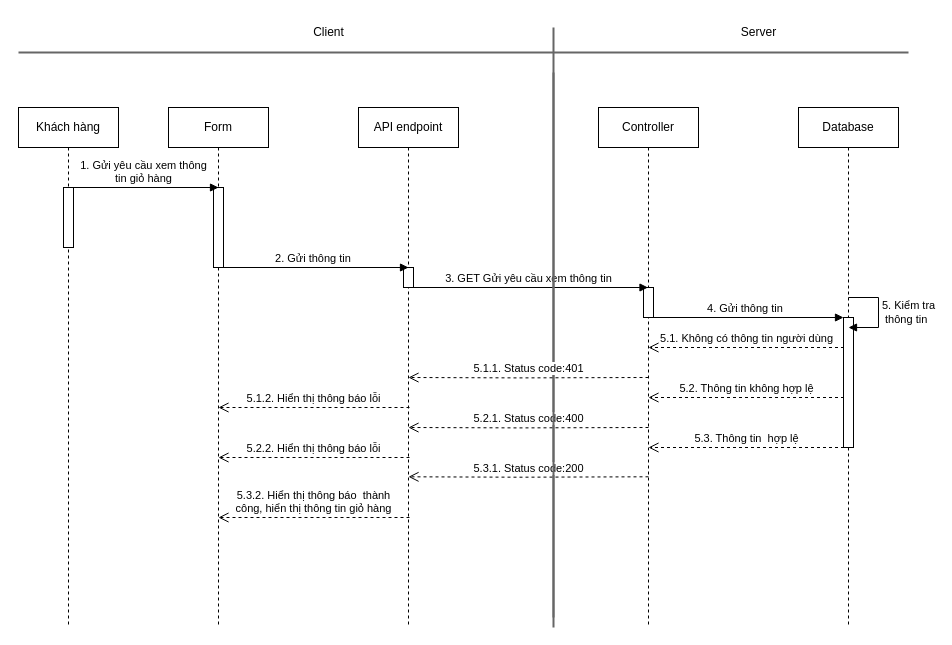
The draw.io diagram page "Page-4" (4 of 4) of SD/SD_QUANLYGIOHANG.drawio in hieuNV0871/da, before the edit. Source tidied: cells renumbered, new cells numbered last; positions are measured from the earlier drawing's top-left corner, leaving out a move shared by most shapes. Both pictures are drawn from the tidied source at 100%, with x=0, y=0 at pixel (18, 17).
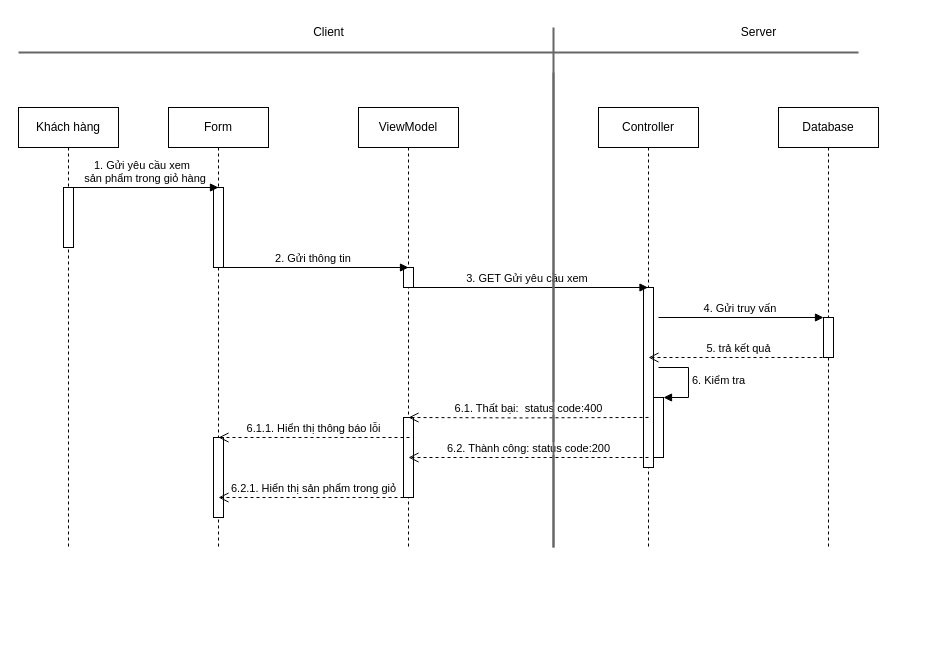
The same diagram, later.

The edit, as a diff of the source:
```diff
@@
     <mxCell id="2" value="Khách hàng" style="shape=umlLifeline;perimeter=lifelinePerimeter;whiteSpace=wrap;html=1;newEdgeStyle={&quot;curved&quot;:0,&quot;rounded&quot;:0};" parent="1" vertex="1">
-      <mxGeometry y="90" width="100" height="520" as="geometry" />
+      <mxGeometry y="90" width="100" height="440" as="geometry" />
     </mxCell>
@@
     <mxCell id="4" value="Form" style="shape=umlLifeline;perimeter=lifelinePerimeter;whiteSpace=wrap;html=1;newEdgeStyle={&quot;curved&quot;:0,&quot;rounded&quot;:0};" parent="1" vertex="1">
-      <mxGeometry x="150" y="90" width="100" height="520" as="geometry" />
+      <mxGeometry x="150" y="90" width="100" height="440" as="geometry" />
     </mxCell>
@@
+    <mxCell id="31" style="html=1;perimeter=orthogonalPerimeter;targetShapes=umlLifeline;newEdgeStyle={&quot;curved&quot;:0,&quot;rounded&quot;:0};" parent="4" vertex="1">
+      <mxGeometry x="45" y="330" width="10" height="80" as="geometry" />
+    </mxCell>
     <mxCell id="6" value="Controller" style="shape=umlLifeline;perimeter=lifelinePerimeter;whiteSpace=wrap;html=1;outlineConnect=0;portConstraint=eastwest;newEdgeStyle={&quot;curved&quot;:0,&quot;rounded&quot;:0};" parent="1" vertex="1">
-      <mxGeometry x="580" y="90" width="100" height="520" as="geometry" />
+      <mxGeometry x="580" y="90" width="100" height="440" as="geometry" />
     </mxCell>
-    <mxCell id="7" style="html=1;perimeter=orthogonalPerimeter;targetShapes=umlLifeline;newEdgeStyle={&quot;curved&quot;:0,&quot;rounded&quot;:0};" parent="6" vertex="1">
-      <mxGeometry x="45" y="180" width="10" height="30" as="geometry" />
-    </mxCell>
-    <mxCell id="8" value="1. Gửi yêu cầu xem thông&lt;br&gt;tin giỏ hàng" style="html=1;verticalAlign=bottom;endArrow=block;curved=0;rounded=0;" parent="1" edge="1">
-      <mxGeometry relative="1" as="geometry">
-        <mxPoint x="50" y="170" as="sourcePoint" />
-        <mxPoint x="200" y="170" as="targetPoint" />
-      </mxGeometry>
-    </mxCell>
-    <mxCell id="9" value="3. GET Gửi yêu cầu xem thông tin" style="html=1;verticalAlign=bottom;endArrow=block;curved=0;rounded=0;" parent="1" edge="1" target="6">
-      <mxGeometry relative="1" as="geometry">
-        <mxPoint x="390" y="270" as="sourcePoint" />
-      </mxGeometry>
-    </mxCell>
+    <mxCell id="32" style="html=1;points=[[0,0,0,0,5],[0,1,0,0,-5],[1,0,0,0,5],[1,1,0,0,-5]];perimeter=orthogonalPerimeter;outlineConnect=0;targetShapes=umlLifeline;portConstraint=eastwest;newEdgeStyle={&quot;curved&quot;:0,&quot;rounded&quot;:0};" parent="6" vertex="1">
+      <mxGeometry x="45" y="180" width="10" height="180" as="geometry" />
+    </mxCell>
+    <mxCell id="33" style="html=1;points=[[0,0,0,0,5],[0,1,0,0,-5],[1,0,0,0,5],[1,1,0,0,-5]];perimeter=orthogonalPerimeter;outlineConnect=0;targetShapes=umlLifeline;portConstraint=eastwest;newEdgeStyle={&quot;curved&quot;:0,&quot;rounded&quot;:0};" parent="6" vertex="1">
+      <mxGeometry x="55" y="290" width="10" height="60" as="geometry" />
+    </mxCell>
+    <mxCell id="34" value="6. Kiểm tra" style="html=1;align=left;spacingLeft=2;endArrow=block;rounded=0;edgeStyle=orthogonalEdgeStyle;curved=0;rounded=0;" parent="6" edge="1" target="33">
+      <mxGeometry relative="1" as="geometry">
+        <mxPoint x="60" y="260" as="sourcePoint" />
+        <Array as="points">
+          <mxPoint x="90" y="290" />
+        </Array>
+      </mxGeometry>
+    </mxCell>
+    <mxCell id="35" value="1. Gửi yêu cầu xem&amp;nbsp;&lt;br&gt;&amp;nbsp;sản phẩm trong giỏ hàng" style="html=1;verticalAlign=bottom;endArrow=block;curved=0;rounded=0;" parent="1" edge="1">
+      <mxGeometry relative="1" as="geometry">
+        <mxPoint x="50" y="170" as="sourcePoint" />
+        <mxPoint x="200" y="170" as="targetPoint" />
+      </mxGeometry>
+    </mxCell>
+    <mxCell id="36" value="3. GET Gửi yêu cầu xem&amp;nbsp;" style="html=1;verticalAlign=bottom;endArrow=block;curved=0;rounded=0;" parent="1" edge="1" target="6">
+      <mxGeometry relative="1" as="geometry">
+        <mxPoint x="390" y="270" as="sourcePoint" />
+      </mxGeometry>
+    </mxCell>
     <mxCell id="10" value="Database" style="shape=umlLifeline;perimeter=lifelinePerimeter;whiteSpace=wrap;html=1;newEdgeStyle={&quot;curved&quot;:0,&quot;rounded&quot;:0};" parent="1" vertex="1">
-      <mxGeometry x="780" y="90" width="100" height="520" as="geometry" />
+      <mxGeometry x="760" y="90" width="100" height="440" as="geometry" />
     </mxCell>
-    <mxCell id="11" style="html=1;points=[[0,0,0,0,5],[0,1,0,0,-5],[1,0,0,0,5],[1,1,0,0,-5]];perimeter=orthogonalPerimeter;outlineConnect=0;targetShapes=umlLifeline;portConstraint=eastwest;newEdgeStyle={&quot;curved&quot;:0,&quot;rounded&quot;:0};" parent="10" vertex="1">
-      <mxGeometry x="45" y="210" width="10" height="130" as="geometry" />
-    </mxCell>
-    <mxCell id="12" style="line;strokeWidth=2;html=1;fillColor=#f5f5f5;fontColor=#333333;strokeColor=#666666;" parent="1" vertex="1">
-      <mxGeometry y="30" width="890" height="10" as="geometry" />
-    </mxCell>
+    <mxCell id="37" style="html=1;points=[[0,0,0,0,5],[0,1,0,0,-5],[1,0,0,0,5],[1,1,0,0,-5]];perimeter=orthogonalPerimeter;outlineConnect=0;targetShapes=umlLifeline;portConstraint=eastwest;newEdgeStyle={&quot;curved&quot;:0,&quot;rounded&quot;:0};" parent="10" vertex="1">
+      <mxGeometry x="45" y="210" width="10" height="40" as="geometry" />
+    </mxCell>
+    <mxCell id="38" style="line;strokeWidth=2;html=1;fillColor=#f5f5f5;fontColor=#333333;strokeColor=#666666;" parent="1" vertex="1">
+      <mxGeometry y="30" width="840" height="10" as="geometry" />
+    </mxCell>
@@
-    <mxCell id="15" style="line;strokeWidth=2;direction=south;html=1;fillColor=#f5f5f5;fontColor=#333333;strokeColor=#666666;" parent="1" vertex="1">
-      <mxGeometry x="530" y="10" width="10" height="600" as="geometry" />
-    </mxCell>
-    <mxCell id="16" value="API endpoint" style="shape=umlLifeline;perimeter=lifelinePerimeter;whiteSpace=wrap;html=1;newEdgeStyle={&quot;curved&quot;:0,&quot;rounded&quot;:0};" parent="1" vertex="1">
-      <mxGeometry x="340" y="90" width="100" height="520" as="geometry" />
-    </mxCell>
+    <mxCell id="39" style="line;strokeWidth=2;direction=south;html=1;fillColor=#f5f5f5;fontColor=#333333;strokeColor=#666666;" parent="1" vertex="1">
+      <mxGeometry x="530" y="10" width="10" height="520" as="geometry" />
+    </mxCell>
+    <mxCell id="40" value="ViewModel" style="shape=umlLifeline;perimeter=lifelinePerimeter;whiteSpace=wrap;html=1;newEdgeStyle={&quot;curved&quot;:0,&quot;rounded&quot;:0};" parent="1" vertex="1">
+      <mxGeometry x="340" y="90" width="100" height="440" as="geometry" />
+    </mxCell>
-    <mxCell id="17" style="html=1;perimeter=orthogonalPerimeter;targetShapes=umlLifeline;newEdgeStyle={&quot;curved&quot;:0,&quot;rounded&quot;:0};" parent="16" vertex="1">
+    <mxCell id="17" style="html=1;perimeter=orthogonalPerimeter;targetShapes=umlLifeline;newEdgeStyle={&quot;curved&quot;:0,&quot;rounded&quot;:0};" parent="40" vertex="1">
       <mxGeometry x="45" y="160" width="10" height="20" as="geometry" />
     </mxCell>
+    <mxCell id="41" style="html=1;perimeter=orthogonalPerimeter;targetShapes=umlLifeline;newEdgeStyle={&quot;curved&quot;:0,&quot;rounded&quot;:0};" parent="40" vertex="1">
+      <mxGeometry x="45" y="310" width="10" height="80" as="geometry" />
+    </mxCell>
@@
-    <mxCell id="19" value="5. Kiểm tra&lt;br&gt;&amp;nbsp;thông tin" style="html=1;align=left;spacingLeft=2;endArrow=block;rounded=0;edgeStyle=orthogonalEdgeStyle;curved=0;rounded=0;" parent="1" edge="1">
-      <mxGeometry relative="1" as="geometry">
-        <mxPoint x="830" y="280" as="sourcePoint" />
-        <mxPoint x="830" y="310" as="targetPoint" />
-        <Array as="points">
-          <mxPoint x="860" y="310" />
-        </Array>
-      </mxGeometry>
-    </mxCell>
-    <mxCell id="20" value="4. Gửi thông tin&amp;nbsp;" style="html=1;verticalAlign=bottom;endArrow=block;curved=0;rounded=0;" parent="1" edge="1" target="11">
-      <mxGeometry relative="1" as="geometry">
-        <mxPoint x="630" y="300" as="sourcePoint" />
-      </mxGeometry>
-    </mxCell>
-    <mxCell id="21" value="5.2. Thông tin không hợp lệ" style="html=1;verticalAlign=bottom;endArrow=open;dashed=1;endSize=8;curved=0;rounded=0;" parent="1" edge="1">
-      <mxGeometry relative="1" as="geometry">
-        <mxPoint x="825.5" y="380" as="sourcePoint" />
-        <mxPoint x="630" y="380" as="targetPoint" />
-      </mxGeometry>
-    </mxCell>
-    <mxCell id="22" value="5.2.1. Status code:400" style="html=1;verticalAlign=bottom;endArrow=open;dashed=1;endSize=8;curved=0;rounded=0;" parent="1" edge="1">
-      <mxGeometry relative="1" as="geometry">
-        <mxPoint x="630" y="410" as="sourcePoint" />
-        <mxPoint x="390" y="410" as="targetPoint" />
-        <Array as="points">
-          <mxPoint x="500.5" y="410.4" />
-        </Array>
-      </mxGeometry>
-    </mxCell>
-    <mxCell id="23" value="5.3. Thông tin&amp;nbsp; hợp lệ" style="html=1;verticalAlign=bottom;endArrow=open;dashed=1;endSize=8;curved=0;rounded=0;" parent="1" edge="1">
-      <mxGeometry relative="1" as="geometry">
-        <mxPoint x="825.5" y="430" as="sourcePoint" />
-        <mxPoint x="630" y="430" as="targetPoint" />
-      </mxGeometry>
-    </mxCell>
-    <mxCell id="24" value="5.3.1. Status code:200" style="html=1;verticalAlign=bottom;endArrow=open;dashed=1;endSize=8;curved=0;rounded=0;" parent="1" edge="1">
-      <mxGeometry relative="1" as="geometry">
-        <mxPoint x="630" y="459.3" as="sourcePoint" />
-        <mxPoint x="390" y="459.3" as="targetPoint" />
-        <Array as="points">
-          <mxPoint x="500.5" y="459.7" />
-        </Array>
-      </mxGeometry>
-    </mxCell>
-    <mxCell id="25" style="line;strokeWidth=2;direction=south;html=1;fillColor=#f5f5f5;fontColor=#333333;strokeColor=#666666;" parent="1" vertex="1">
-      <mxGeometry x="530" y="55" width="10" height="545" as="geometry" />
-    </mxCell>
-    <mxCell id="26" value="5.2.2. Hiển thị thông báo lỗi" style="html=1;verticalAlign=bottom;endArrow=open;dashed=1;endSize=8;curved=0;rounded=0;" parent="1" edge="1">
-      <mxGeometry relative="1" as="geometry">
-        <mxPoint x="391" y="440" as="sourcePoint" />
-        <mxPoint x="200" y="440" as="targetPoint" />
-      </mxGeometry>
-    </mxCell>
-    <mxCell id="27" value="5.3.2. Hiển thị thông báo&amp;nbsp; thành&lt;br&gt;công, hiển thị thông tin giỏ hàng" style="html=1;verticalAlign=bottom;endArrow=open;dashed=1;endSize=8;curved=0;rounded=0;" parent="1" edge="1">
-      <mxGeometry relative="1" as="geometry">
-        <mxPoint x="391" y="500" as="sourcePoint" />
-        <mxPoint x="200" y="500" as="targetPoint" />
-      </mxGeometry>
-    </mxCell>
-    <mxCell id="28" value="5.1. Không có thông tin người dùng" style="html=1;verticalAlign=bottom;endArrow=open;dashed=1;endSize=8;curved=0;rounded=0;" parent="1" edge="1">
-      <mxGeometry relative="1" as="geometry">
-        <mxPoint x="825.5" y="330" as="sourcePoint" />
-        <mxPoint x="630" y="330" as="targetPoint" />
-      </mxGeometry>
-    </mxCell>
-    <mxCell id="29" value="5.1.1. Status code:401" style="html=1;verticalAlign=bottom;endArrow=open;dashed=1;endSize=8;curved=0;rounded=0;" parent="1" edge="1">
-      <mxGeometry relative="1" as="geometry">
-        <mxPoint x="630" y="360" as="sourcePoint" />
-        <mxPoint x="390" y="360" as="targetPoint" />
-        <Array as="points">
-          <mxPoint x="500.5" y="360.4" />
-        </Array>
-      </mxGeometry>
-    </mxCell>
-    <mxCell id="30" value="5.1.2. Hiển thị thông báo lỗi" style="html=1;verticalAlign=bottom;endArrow=open;dashed=1;endSize=8;curved=0;rounded=0;" parent="1" edge="1">
-      <mxGeometry relative="1" as="geometry">
-        <mxPoint x="391" y="390" as="sourcePoint" />
-        <mxPoint x="200" y="390" as="targetPoint" />
-      </mxGeometry>
-    </mxCell>
+    <mxCell id="42" value="4. Gửi truy vấn&amp;nbsp;" style="html=1;verticalAlign=bottom;endArrow=block;curved=0;rounded=0;" parent="1" edge="1" target="37">
+      <mxGeometry relative="1" as="geometry">
+        <mxPoint x="640" y="300" as="sourcePoint" />
+      </mxGeometry>
+    </mxCell>
+    <mxCell id="43" value="6.1. Thất bại:&amp;nbsp; status code:400" style="html=1;verticalAlign=bottom;endArrow=open;dashed=1;endSize=8;curved=0;rounded=0;exitX=0.5;exitY=0.722;exitDx=0;exitDy=0;exitPerimeter=0;" parent="1" edge="1" source="32">
+      <mxGeometry relative="1" as="geometry">
+        <mxPoint x="390" y="400" as="targetPoint" />
+        <Array as="points">
+          <mxPoint x="500.5" y="400.4" />
+        </Array>
+      </mxGeometry>
+    </mxCell>
+    <mxCell id="44" value="6.2. Thành công: status code:200" style="html=1;verticalAlign=bottom;endArrow=open;dashed=1;endSize=8;curved=0;rounded=0;" parent="1" edge="1">
+      <mxGeometry relative="1" as="geometry">
+        <mxPoint x="630" y="440" as="sourcePoint" />
+        <mxPoint x="390" y="440" as="targetPoint" />
+      </mxGeometry>
+    </mxCell>
+    <mxCell id="45" style="line;strokeWidth=2;direction=south;html=1;fillColor=#f5f5f5;fontColor=#333333;strokeColor=#666666;" parent="1" vertex="1">
+      <mxGeometry x="530" y="55" width="10" height="475" as="geometry" />
+    </mxCell>
+    <mxCell id="46" value="6.1.1. Hiển thị thông báo lỗi" style="html=1;verticalAlign=bottom;endArrow=open;dashed=1;endSize=8;curved=0;rounded=0;" parent="1" edge="1">
+      <mxGeometry relative="1" as="geometry">
+        <mxPoint x="391" y="420" as="sourcePoint" />
+        <mxPoint x="200" y="420" as="targetPoint" />
+      </mxGeometry>
+    </mxCell>
+    <mxCell id="47" value="6.2.1. Hiển thị sản phẩm trong giỏ" style="html=1;verticalAlign=bottom;endArrow=open;dashed=1;endSize=8;curved=0;rounded=0;" parent="1" edge="1">
+      <mxGeometry relative="1" as="geometry">
+        <mxPoint x="391" y="480" as="sourcePoint" />
+        <mxPoint x="200" y="480" as="targetPoint" />
+      </mxGeometry>
+    </mxCell>
+    <mxCell id="48" value="5. trả kết quả" style="html=1;verticalAlign=bottom;endArrow=open;dashed=1;endSize=8;curved=0;rounded=0;" parent="1" edge="1">
+      <mxGeometry relative="1" as="geometry">
+        <mxPoint x="810" y="340" as="sourcePoint" />
+        <mxPoint x="630" y="340" as="targetPoint" />
+      </mxGeometry>
+    </mxCell>
```
